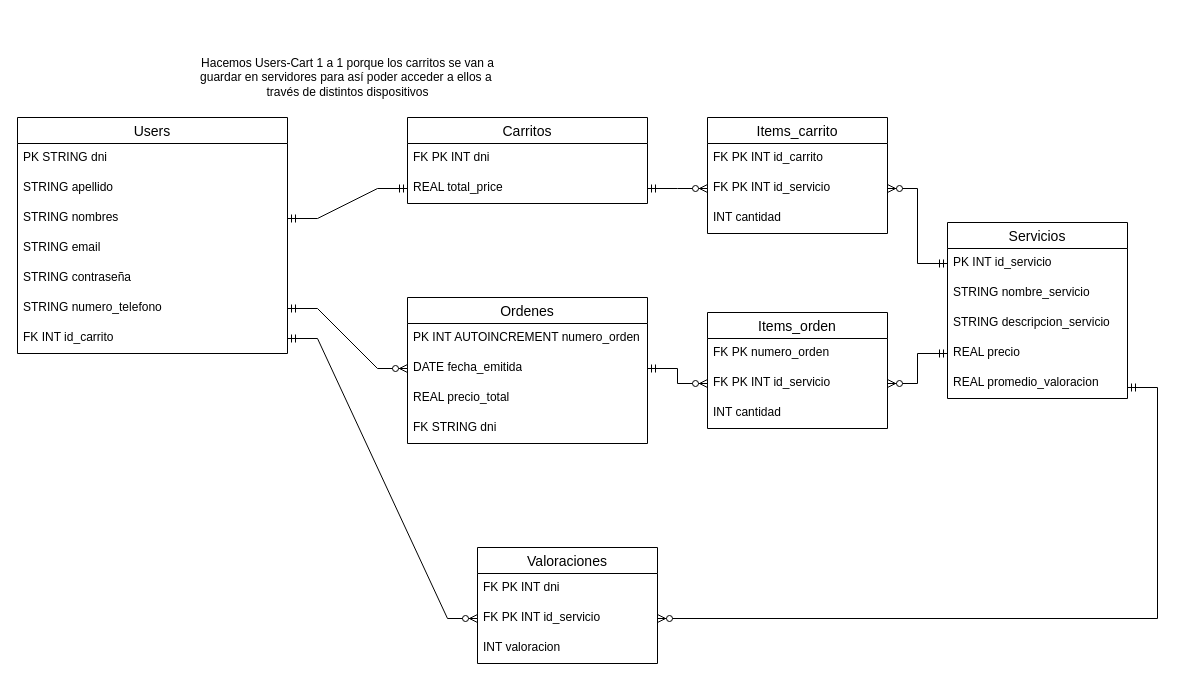
nicolasRuarte/olimpiadas-fvhn keeps this draw.io diagram as archivos/BD.drawio. Above is the earlier version. Source tidied: cells renumbered, new cells numbered last; positions are measured from the earlier drawing's top-left corner, leaving out a move shared by most shapes. Both pictures are drawn from the tidied source at 100%, with x=0, y=0 at pixel (17, 47).
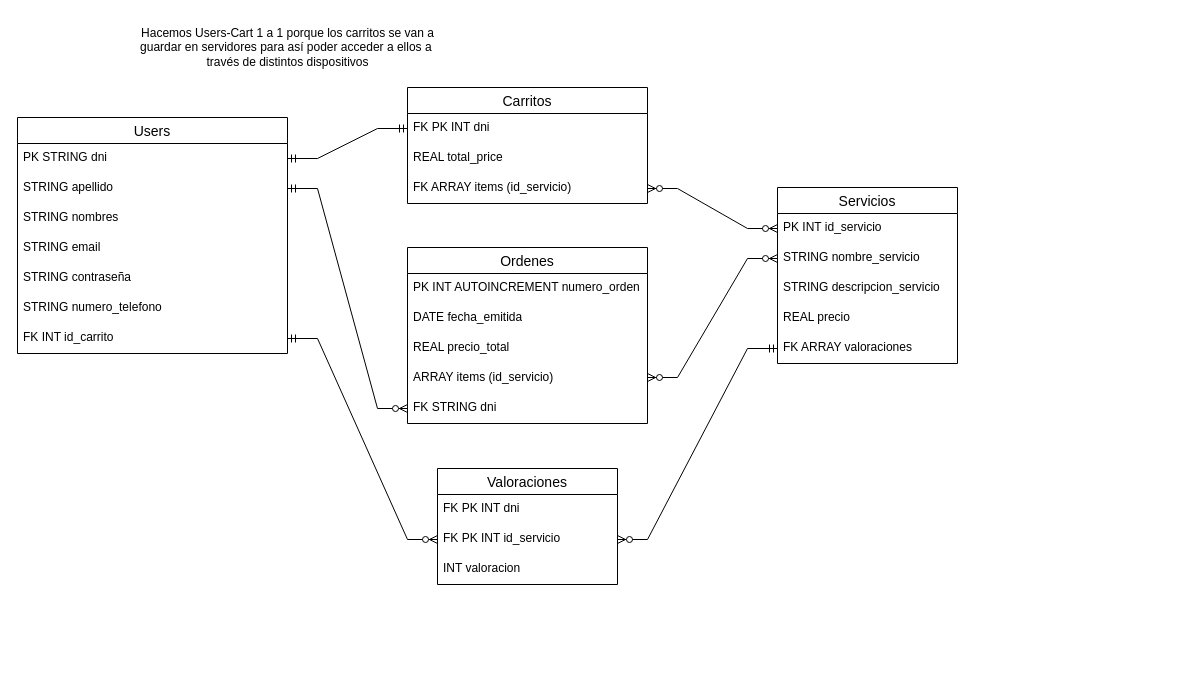
Above is the later version.

Commit message:
Agregando diagrama de BD final

The change refers to these unchanged cells:
```xml
<mxCell id="3" value="PK STRING dni" style="text;strokeColor=none;fillColor=none;spacingLeft=4;spacingRight=4;overflow=hidden;points=[[0,0.5],[1,0.5]];portConstraint=eastwest;fontSize=12;whiteSpace=wrap;html=1;" parent="2" vertex="1">
  <mxGeometry y="26" width="270" height="30" as="geometry" />
</mxCell>
<mxCell id="4" value="STRING apellido" style="text;strokeColor=none;fillColor=none;spacingLeft=4;spacingRight=4;overflow=hidden;points=[[0,0.5],[1,0.5]];portConstraint=eastwest;fontSize=12;whiteSpace=wrap;html=1;" parent="2" vertex="1">
  <mxGeometry y="56" width="270" height="30" as="geometry" />
</mxCell>
<mxCell id="5" value="STRING nombres" style="text;strokeColor=none;fillColor=none;spacingLeft=4;spacingRight=4;overflow=hidden;points=[[0,0.5],[1,0.5]];portConstraint=eastwest;fontSize=12;whiteSpace=wrap;html=1;" parent="2" vertex="1">
  <mxGeometry y="86" width="270" height="30" as="geometry" />
</mxCell>
<mxCell id="8" value="STRING numero_telefono" style="text;strokeColor=none;fillColor=none;spacingLeft=4;spacingRight=4;overflow=hidden;points=[[0,0.5],[1,0.5]];portConstraint=eastwest;fontSize=12;whiteSpace=wrap;html=1;" parent="2" vertex="1">
  <mxGeometry y="176" width="270" height="30" as="geometry" />
</mxCell>
<mxCell id="11" value="PK INT id_servicio" style="text;strokeColor=none;fillColor=none;spacingLeft=4;spacingRight=4;overflow=hidden;points=[[0,0.5],[1,0.5]];portConstraint=eastwest;fontSize=12;whiteSpace=wrap;html=1;" parent="10" vertex="1">
  <mxGeometry y="26" width="180" height="30" as="geometry" />
</mxCell>
<mxCell id="12" value="STRING nombre_servicio" style="text;strokeColor=none;fillColor=none;spacingLeft=4;spacingRight=4;overflow=hidden;points=[[0,0.5],[1,0.5]];portConstraint=eastwest;fontSize=12;whiteSpace=wrap;html=1;" parent="10" vertex="1">
  <mxGeometry y="56" width="180" height="30" as="geometry" />
</mxCell>
<mxCell id="14" value="REAL precio" style="text;strokeColor=none;fillColor=none;spacingLeft=4;spacingRight=4;overflow=hidden;points=[[0,0.5],[1,0.5]];portConstraint=eastwest;fontSize=12;whiteSpace=wrap;html=1;" parent="10" vertex="1">
  <mxGeometry y="116" width="180" height="30" as="geometry" />
</mxCell>
<mxCell id="17" value="FK PK INT dni" style="text;strokeColor=none;fillColor=none;spacingLeft=4;spacingRight=4;overflow=hidden;points=[[0,0.5],[1,0.5]];portConstraint=eastwest;fontSize=12;whiteSpace=wrap;html=1;" parent="16" vertex="1">
  <mxGeometry y="26" width="240" height="30" as="geometry" />
</mxCell>
<mxCell id="18" value="REAL total_price" style="text;strokeColor=none;fillColor=none;spacingLeft=4;spacingRight=4;overflow=hidden;points=[[0,0.5],[1,0.5]];portConstraint=eastwest;fontSize=12;whiteSpace=wrap;html=1;" parent="16" vertex="1">
  <mxGeometry y="56" width="240" height="30" as="geometry" />
</mxCell>
<mxCell id="21" value="DATE fecha_emitida" style="text;strokeColor=none;fillColor=none;spacingLeft=4;spacingRight=4;overflow=hidden;points=[[0,0.5],[1,0.5]];portConstraint=eastwest;fontSize=12;whiteSpace=wrap;html=1;" parent="19" vertex="1">
  <mxGeometry y="56" width="240" height="30" as="geometry" />
</mxCell>
<mxCell id="41" value="FK PK INT id_servicio" style="text;strokeColor=none;fillColor=none;spacingLeft=4;spacingRight=4;overflow=hidden;points=[[0,0.5],[1,0.5]];portConstraint=eastwest;fontSize=12;whiteSpace=wrap;html=1;" parent="39" vertex="1">
  <mxGeometry y="56" width="180" height="30" as="geometry" />
</mxCell>
```

Change to the diagram source:
```diff
@@
     <mxCell id="10" value="Servicios" style="swimlane;fontStyle=0;horizontal=1;startSize=26;align=center;fontSize=14;" parent="1" vertex="1">
-      <mxGeometry x="930" y="175" width="180" height="176" as="geometry" />
+      <mxGeometry x="760" y="140" width="180" height="176" as="geometry" />
     </mxCell>
@@
-    <mxCell id="15" value="REAL promedio_valoracion" style="text;strokeColor=none;fillColor=none;spacingLeft=4;spacingRight=4;overflow=hidden;points=[[0,0.5],[1,0.5]];portConstraint=eastwest;fontSize=12;whiteSpace=wrap;html=1;" parent="10" vertex="1">
+    <mxCell id="15" value="FK ARRAY valoraciones" style="text;strokeColor=none;fillColor=none;spacingLeft=4;spacingRight=4;overflow=hidden;points=[[0,0.5],[1,0.5]];portConstraint=eastwest;fontSize=12;whiteSpace=wrap;html=1;" parent="10" vertex="1">
       <mxGeometry y="146" width="180" height="30" as="geometry" />
     </mxCell>
     <mxCell id="16" value="Carritos" style="swimlane;fontStyle=0;horizontal=1;startSize=26;align=center;fontSize=14;" parent="1" vertex="1">
-      <mxGeometry x="390" y="70" width="240" height="86" as="geometry" />
+      <mxGeometry x="390" y="40" width="240" height="116" as="geometry" />
     </mxCell>
@@
+    <mxCell id="45" value="FK ARRAY items (id_servicio)" style="text;strokeColor=none;fillColor=none;spacingLeft=4;spacingRight=4;overflow=hidden;points=[[0,0.5],[1,0.5]];portConstraint=eastwest;fontSize=12;whiteSpace=wrap;html=1;" parent="16" vertex="1">
+      <mxGeometry y="86" width="240" height="30" as="geometry" />
+    </mxCell>
     <mxCell id="19" value="Ordenes" style="swimlane;fontStyle=0;horizontal=1;startSize=26;align=center;fontSize=14;" parent="1" vertex="1">
-      <mxGeometry x="390" y="250" width="240" height="146" as="geometry" />
+      <mxGeometry x="390" y="200" width="240" height="176" as="geometry" />
     </mxCell>
@@
+    <mxCell id="46" value="ARRAY items (id_servicio)" style="text;strokeColor=none;fillColor=none;spacingLeft=4;spacingRight=4;overflow=hidden;fontSize=12;whiteSpace=wrap;html=1;" parent="19" vertex="1">
+      <mxGeometry y="116" width="240" height="30" as="geometry" />
+    </mxCell>
     <mxCell id="23" value="FK STRING dni" style="text;strokeColor=none;fillColor=none;spacingLeft=4;spacingRight=4;overflow=hidden;points=[[0,0.5],[1,0.5]];portConstraint=eastwest;fontSize=12;whiteSpace=wrap;html=1;" parent="19" vertex="1">
-      <mxGeometry y="116" width="240" height="30" as="geometry" />
+      <mxGeometry y="146" width="240" height="30" as="geometry" />
     </mxCell>
     <mxCell id="24" value="Hacemos Users-Cart 1 a 1 porque los carritos se van a&lt;div&gt;guardar en servidores para así poder acceder a ellos a&amp;nbsp;&lt;/div&gt;&lt;div&gt;través de distintos dispositivos&lt;/div&gt;" style="text;html=1;align=center;verticalAlign=middle;strokeColor=none;fillColor=none;" parent="1" vertex="1">
-      <mxGeometry x="170" width="320" height="60" as="geometry" />
+      <mxGeometry x="110" y="-30" width="320" height="60" as="geometry" />
     </mxCell>
-    <mxCell id="25" value="Items_orden" style="swimlane;fontStyle=0;horizontal=1;startSize=26;align=center;fontSize=14;" parent="1" vertex="1">
-      <mxGeometry x="690" y="265" width="180" height="116" as="geometry" />
-    </mxCell>
-    <mxCell id="26" value="FK PK numero_orden" style="text;strokeColor=none;fillColor=none;spacingLeft=4;spacingRight=4;overflow=hidden;fontSize=12;whiteSpace=wrap;html=1;" parent="25" vertex="1">
-      <mxGeometry y="26" width="180" height="30" as="geometry" />
-    </mxCell>
-    <mxCell id="27" value="FK PK INT id_servicio" style="text;strokeColor=none;fillColor=none;spacingLeft=4;spacingRight=4;overflow=hidden;points=[[0,0.5],[1,0.5]];portConstraint=eastwest;fontSize=12;whiteSpace=wrap;html=1;" parent="25" vertex="1">
-      <mxGeometry y="56" width="180" height="30" as="geometry" />
-    </mxCell>
-    <mxCell id="28" value="INT cantidad" style="text;strokeColor=none;fillColor=none;spacingLeft=4;spacingRight=4;overflow=hidden;fontSize=12;whiteSpace=wrap;html=1;" parent="25" vertex="1">
-      <mxGeometry y="86" width="180" height="30" as="geometry" />
-    </mxCell>
-    <mxCell id="29" style="edgeStyle=entityRelationEdgeStyle;fontSize=12;html=1;endArrow=ERmandOne;startArrow=ERmandOne;rounded=0;exitX=1;exitY=0.5;exitDx=0;exitDy=0;entryX=0;entryY=0.5;entryDx=0;entryDy=0;" parent="1" edge="1" source="5" target="18">
+    <mxCell id="29" style="edgeStyle=entityRelationEdgeStyle;fontSize=12;html=1;endArrow=ERmandOne;startArrow=ERmandOne;rounded=0;exitX=1;exitY=0.5;exitDx=0;exitDy=0;entryX=0;entryY=0.5;entryDx=0;entryDy=0;" parent="1" edge="1" source="3" target="17">
       <mxGeometry relative="1" as="geometry" />
     </mxCell>
-    <mxCell id="30" style="edgeStyle=entityRelationEdgeStyle;fontSize=12;html=1;endArrow=ERzeroToMany;startArrow=ERmandOne;rounded=0;entryX=0;entryY=0.5;entryDx=0;entryDy=0;" parent="1" edge="1" source="8" target="21">
+    <mxCell id="30" style="edgeStyle=entityRelationEdgeStyle;fontSize=12;html=1;endArrow=ERzeroToMany;startArrow=ERmandOne;rounded=0;entryX=0;entryY=0.5;entryDx=0;entryDy=0;exitX=1;exitY=0.5;exitDx=0;exitDy=0;" parent="1" edge="1" source="4" target="23">
       <mxGeometry relative="1" as="geometry" />
     </mxCell>
-    <mxCell id="31" style="edgeStyle=entityRelationEdgeStyle;fontSize=12;html=1;endArrow=ERzeroToMany;startArrow=ERmandOne;rounded=0;exitX=1;exitY=0.5;exitDx=0;exitDy=0;entryX=0;entryY=0.5;entryDx=0;entryDy=0;" parent="1" edge="1" source="21" target="27">
-      <mxGeometry relative="1" as="geometry" />
-    </mxCell>
-    <mxCell id="32" style="edgeStyle=entityRelationEdgeStyle;fontSize=12;html=1;endArrow=ERzeroToMany;startArrow=ERmandOne;rounded=0;entryX=1;entryY=0.5;entryDx=0;entryDy=0;exitX=0;exitY=0.5;exitDx=0;exitDy=0;" parent="1" edge="1" source="14" target="27">
-      <mxGeometry relative="1" as="geometry">
-        <Array as="points">
-          <mxPoint x="880" y="423" />
-          <mxPoint x="880" y="430" />
-          <mxPoint x="890" y="480" />
-        </Array>
-      </mxGeometry>
-    </mxCell>
-    <mxCell id="33" value="Items_carrito" style="swimlane;fontStyle=0;horizontal=1;startSize=26;align=center;fontSize=14;" parent="1" vertex="1">
-      <mxGeometry x="690" y="70" width="180" height="116" as="geometry" />
-    </mxCell>
-    <mxCell id="34" value="FK PK INT id_carrito" style="text;strokeColor=none;fillColor=none;spacingLeft=4;spacingRight=4;overflow=hidden;fontSize=12;whiteSpace=wrap;html=1;" parent="33" vertex="1">
-      <mxGeometry y="26" width="180" height="30" as="geometry" />
-    </mxCell>
-    <mxCell id="35" value="FK PK INT id_servicio" style="text;strokeColor=none;fillColor=none;spacingLeft=4;spacingRight=4;overflow=hidden;points=[[0,0.5],[1,0.5]];portConstraint=eastwest;fontSize=12;whiteSpace=wrap;html=1;" parent="33" vertex="1">
-      <mxGeometry y="56" width="180" height="30" as="geometry" />
-    </mxCell>
-    <mxCell id="36" value="INT cantidad" style="text;strokeColor=none;fillColor=none;spacingLeft=4;spacingRight=4;overflow=hidden;fontSize=12;whiteSpace=wrap;html=1;" parent="33" vertex="1">
-      <mxGeometry y="86" width="180" height="30" as="geometry" />
-    </mxCell>
-    <mxCell id="37" style="edgeStyle=entityRelationEdgeStyle;fontSize=12;html=1;endArrow=ERzeroToMany;startArrow=ERmandOne;rounded=0;entryX=0;entryY=0.5;entryDx=0;entryDy=0;exitX=1;exitY=0.5;exitDx=0;exitDy=0;" parent="1" edge="1" source="18" target="35">
-      <mxGeometry relative="1" as="geometry">
-        <Array as="points">
-          <mxPoint x="890" y="433" />
-          <mxPoint x="890" y="440" />
-          <mxPoint x="900" y="490" />
-        </Array>
-      </mxGeometry>
-    </mxCell>
-    <mxCell id="38" style="edgeStyle=entityRelationEdgeStyle;fontSize=12;html=1;endArrow=ERzeroToMany;startArrow=ERmandOne;rounded=0;exitX=0;exitY=0.5;exitDx=0;exitDy=0;entryX=1;entryY=0.5;entryDx=0;entryDy=0;" parent="1" edge="1" source="11" target="35">
-      <mxGeometry relative="1" as="geometry">
-        <Array as="points">
-          <mxPoint x="900" y="443" />
-          <mxPoint x="900" y="450" />
-          <mxPoint x="910" y="500" />
-        </Array>
-      </mxGeometry>
-    </mxCell>
     <mxCell id="39" value="Valoraciones" style="swimlane;fontStyle=0;horizontal=1;startSize=26;align=center;fontSize=14;" parent="1" vertex="1">
-      <mxGeometry x="460" y="500" width="180" height="116" as="geometry" />
+      <mxGeometry x="420" y="421" width="180" height="116" as="geometry" />
     </mxCell>
@@
-    <mxCell id="44" style="edgeStyle=entityRelationEdgeStyle;fontSize=12;html=1;endArrow=ERzeroToMany;startArrow=ERmandOne;rounded=0;entryX=1;entryY=0.5;entryDx=0;entryDy=0;" parent="1" edge="1" target="41">
+    <mxCell id="44" style="edgeStyle=entityRelationEdgeStyle;fontSize=12;html=1;endArrow=ERzeroToMany;startArrow=ERmandOne;rounded=0;entryX=1;entryY=0.5;entryDx=0;entryDy=0;exitX=0;exitY=0.5;exitDx=0;exitDy=0;" parent="1" edge="1" source="15" target="41">
       <mxGeometry relative="1" as="geometry">
-        <mxPoint x="1110" y="340" as="sourcePoint" />
         <Array as="points">
           <mxPoint x="660" y="260" />
           <mxPoint x="780" y="470" />
           <mxPoint x="820" y="490" />
         </Array>
       </mxGeometry>
     </mxCell>
+    <mxCell id="47" style="edgeStyle=entityRelationEdgeStyle;fontSize=12;html=1;endArrow=ERzeroToMany;endFill=1;startArrow=ERzeroToMany;rounded=0;entryX=0;entryY=0.5;entryDx=0;entryDy=0;" parent="1" edge="1" target="12">
+      <mxGeometry relative="1" as="geometry">
+        <mxPoint x="630" y="330" as="sourcePoint" />
+      </mxGeometry>
+    </mxCell>
+    <mxCell id="48" style="edgeStyle=entityRelationEdgeStyle;fontSize=12;html=1;endArrow=ERzeroToMany;endFill=1;startArrow=ERzeroToMany;rounded=0;exitX=1;exitY=0.5;exitDx=0;exitDy=0;entryX=0;entryY=0.5;entryDx=0;entryDy=0;" parent="1" edge="1" source="45" target="11">
+      <mxGeometry relative="1" as="geometry" />
+    </mxCell>
```
